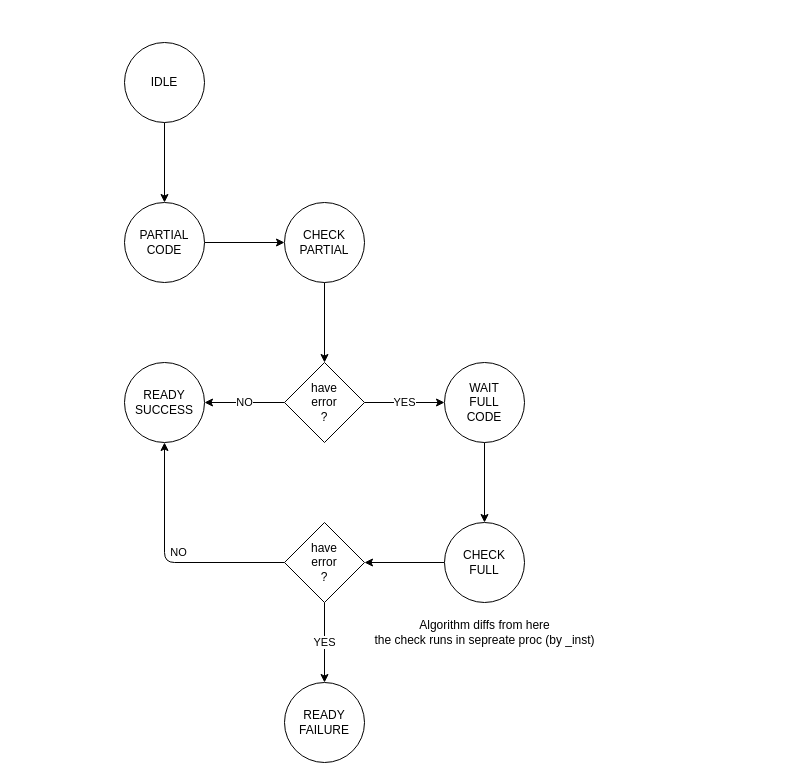
Before: page "FSM" (1 of 2) of diagram/p_dec.drawio in arnesacnussem/hpc, a draw.io diagram. Source tidied: cells renumbered, new cells numbered last; positions are measured from the earlier drawing's top-left corner, leaving out a move shared by most shapes. Both pictures are drawn from the tidied source at 100%, with x=0, y=0 at pixel (124, 42).
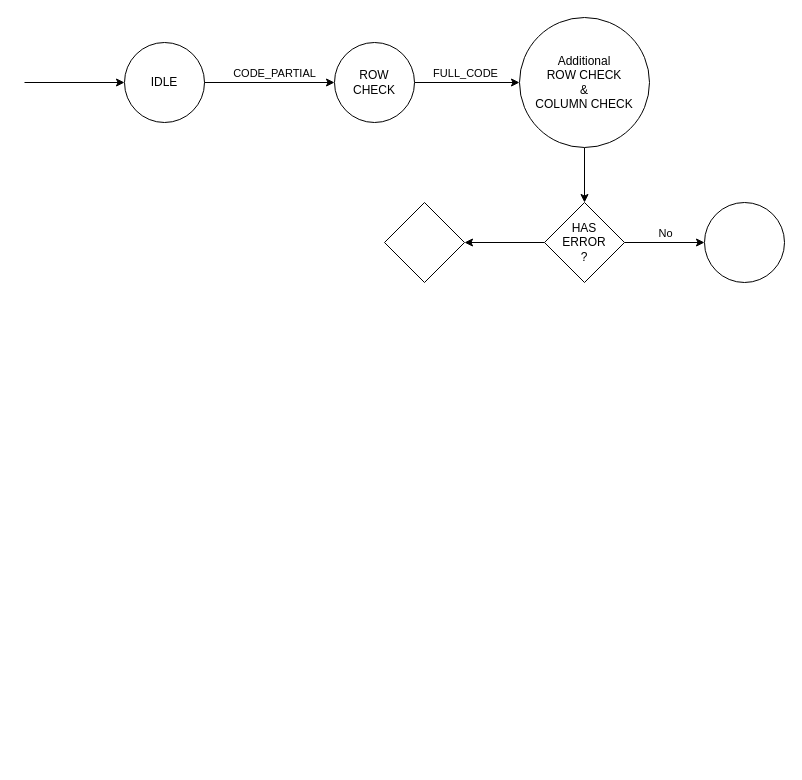
After the change.

The change refers to these unchanged cells:
```xml
<mxCell id="3" value="IDLE" style="ellipse;whiteSpace=wrap;html=1;" parent="1" vertex="1">
  <mxGeometry width="80" height="80" as="geometry" />
</mxCell>
```

The edit, as a diff of the source:
```diff
@@
-    <mxCell id="2" style="edgeStyle=none;html=1;" parent="1" edge="1" source="3" target="5">
-      <mxGeometry relative="1" as="geometry" />
-    </mxCell>
+    <mxCell id="21" style="edgeStyle=none;jettySize=auto;html=1;entryX=0;entryY=0.5;entryDx=0;entryDy=0;" parent="1" edge="1" target="3">
+      <mxGeometry relative="1" as="geometry">
+        <mxPoint x="-100" y="40" as="sourcePoint" />
+      </mxGeometry>
+    </mxCell>
@@
-    <mxCell id="4" style="edgeStyle=none;html=1;" parent="1" edge="1" source="5" target="7">
-      <mxGeometry relative="1" as="geometry" />
-    </mxCell>
-    <mxCell id="5" value="PARTIAL&lt;br&gt;CODE" style="ellipse;whiteSpace=wrap;html=1;" parent="1" vertex="1">
-      <mxGeometry y="160" width="80" height="80" as="geometry" />
-    </mxCell>
-    <mxCell id="6" style="edgeStyle=none;html=1;" parent="1" edge="1" source="7" target="10">
-      <mxGeometry relative="1" as="geometry" />
-    </mxCell>
-    <mxCell id="7" value="CHECK&lt;br&gt;PARTIAL" style="ellipse;whiteSpace=wrap;html=1;" parent="1" vertex="1">
-      <mxGeometry x="160" y="160" width="80" height="80" as="geometry" />
-    </mxCell>
-    <mxCell id="8" value="NO" style="edgeStyle=none;html=1;" parent="1" edge="1" source="10" target="11">
-      <mxGeometry relative="1" as="geometry" />
-    </mxCell>
-    <mxCell id="9" value="YES" style="edgeStyle=none;html=1;" parent="1" edge="1" source="10" target="13">
-      <mxGeometry relative="1" as="geometry" />
-    </mxCell>
-    <mxCell id="10" value="have&lt;br&gt;error&lt;br&gt;?" style="rhombus;whiteSpace=wrap;html=1;" parent="1" vertex="1">
-      <mxGeometry x="160" y="320" width="80" height="80" as="geometry" />
-    </mxCell>
-    <mxCell id="11" value="READY&lt;br&gt;SUCCESS" style="ellipse;whiteSpace=wrap;html=1;" parent="1" vertex="1">
-      <mxGeometry y="320" width="80" height="80" as="geometry" />
-    </mxCell>
-    <mxCell id="12" style="edgeStyle=none;html=1;" parent="1" edge="1" source="13" target="15">
-      <mxGeometry relative="1" as="geometry" />
-    </mxCell>
-    <mxCell id="13" value="WAIT&lt;br&gt;FULL&lt;br&gt;CODE" style="ellipse;whiteSpace=wrap;html=1;" parent="1" vertex="1">
-      <mxGeometry x="320" y="320" width="80" height="80" as="geometry" />
-    </mxCell>
-    <mxCell id="14" style="edgeStyle=none;html=1;" parent="1" edge="1" source="15" target="18">
-      <mxGeometry relative="1" as="geometry" />
-    </mxCell>
-    <mxCell id="15" value="CHECK&lt;br&gt;FULL" style="ellipse;whiteSpace=wrap;html=1;" parent="1" vertex="1">
-      <mxGeometry x="320" y="480" width="80" height="80" as="geometry" />
-    </mxCell>
-    <mxCell id="16" value="YES" style="edgeStyle=none;html=1;" parent="1" edge="1" source="18" target="19">
-      <mxGeometry relative="1" as="geometry" />
-    </mxCell>
-    <mxCell id="17" value="NO" style="edgeStyle=none;html=1;exitX=0;exitY=0.5;exitDx=0;exitDy=0;entryX=0.5;entryY=1;entryDx=0;entryDy=0;" parent="1" edge="1" source="18" target="11">
-      <mxGeometry x="-0.12" y="-10" relative="1" as="geometry">
-        <Array as="points">
-          <mxPoint x="40" y="520" />
-        </Array>
-      </mxGeometry>
-    </mxCell>
-    <mxCell id="18" value="have&lt;br&gt;error&lt;br&gt;?" style="rhombus;whiteSpace=wrap;html=1;" parent="1" vertex="1">
-      <mxGeometry x="160" y="480" width="80" height="80" as="geometry" />
-    </mxCell>
-    <mxCell id="19" value="READY&lt;br&gt;FAILURE" style="ellipse;whiteSpace=wrap;html=1;" parent="1" vertex="1">
-      <mxGeometry x="160" y="640" width="80" height="80" as="geometry" />
-    </mxCell>
-    <mxCell id="20" value="Algorithm diffs from here&lt;br&gt;the check runs in sepreate proc (by _inst)" style="text;html=1;align=center;verticalAlign=middle;strokeColor=none;fillColor=none;" parent="1" vertex="1">
-      <mxGeometry x="240" y="570" width="240" height="40" as="geometry" />
-    </mxCell>
+    <mxCell id="22" style="edgeStyle=none;html=1;exitX=1;exitY=0.5;exitDx=0;exitDy=0;" parent="1" edge="1" source="3" target="26">
+      <mxGeometry relative="1" as="geometry" />
+    </mxCell>
+    <mxCell id="23" value="CODE_PARTIAL" style="edgeLabel;html=1;align=center;verticalAlign=middle;" parent="22" vertex="1">
+      <mxGeometry x="-0.64" y="-1" relative="1" as="geometry">
+        <mxPoint x="46" y="-11" as="offset" />
+      </mxGeometry>
+    </mxCell>
+    <mxCell id="24" style="edgeStyle=none;html=1;" parent="1" edge="1" source="26" target="28">
+      <mxGeometry relative="1" as="geometry" />
+    </mxCell>
+    <mxCell id="25" value="FULL_CODE" style="edgeLabel;html=1;align=center;verticalAlign=middle;" parent="24" vertex="1">
+      <mxGeometry x="-0.22" y="3" relative="1" as="geometry">
+        <mxPoint x="9" y="-7" as="offset" />
+      </mxGeometry>
+    </mxCell>
+    <mxCell id="26" value="ROW&lt;br&gt;CHECK" style="ellipse;whiteSpace=wrap;html=1;" parent="1" vertex="1">
+      <mxGeometry x="210" width="80" height="80" as="geometry" />
+    </mxCell>
+    <mxCell id="27" style="edgeStyle=none;html=1;" parent="1" edge="1" source="28" target="32">
+      <mxGeometry relative="1" as="geometry" />
+    </mxCell>
+    <mxCell id="28" value="Additional &lt;br&gt;ROW CHECK&lt;br&gt;&amp;amp;&lt;br&gt;COLUMN CHECK" style="ellipse;whiteSpace=wrap;html=1;" parent="1" vertex="1">
+      <mxGeometry x="395" y="-25" width="130" height="130" as="geometry" />
+    </mxCell>
+    <mxCell id="29" style="edgeStyle=none;html=1;" parent="1" edge="1" source="32" target="33">
+      <mxGeometry relative="1" as="geometry" />
+    </mxCell>
+    <mxCell id="30" value="No" style="edgeLabel;html=1;align=center;verticalAlign=middle;" parent="29" vertex="1">
+      <mxGeometry x="0.38" y="3" relative="1" as="geometry">
+        <mxPoint x="-15" y="-7" as="offset" />
+      </mxGeometry>
+    </mxCell>
+    <mxCell id="31" style="edgeStyle=none;html=1;" parent="1" edge="1" source="32" target="34">
+      <mxGeometry relative="1" as="geometry" />
+    </mxCell>
+    <mxCell id="32" value="HAS&lt;br&gt;ERROR&lt;br&gt;?" style="rhombus;whiteSpace=wrap;html=1;" parent="1" vertex="1">
+      <mxGeometry x="420" y="160" width="80" height="80" as="geometry" />
+    </mxCell>
+    <mxCell id="33" style="ellipse;whiteSpace=wrap;html=1;" parent="1" vertex="1">
+      <mxGeometry x="580" y="160" width="80" height="80" as="geometry" />
+    </mxCell>
+    <mxCell id="34" style="rhombus;whiteSpace=wrap;html=1;" parent="1" vertex="1">
+      <mxGeometry x="260" y="160" width="80" height="80" as="geometry" />
+    </mxCell>
```
